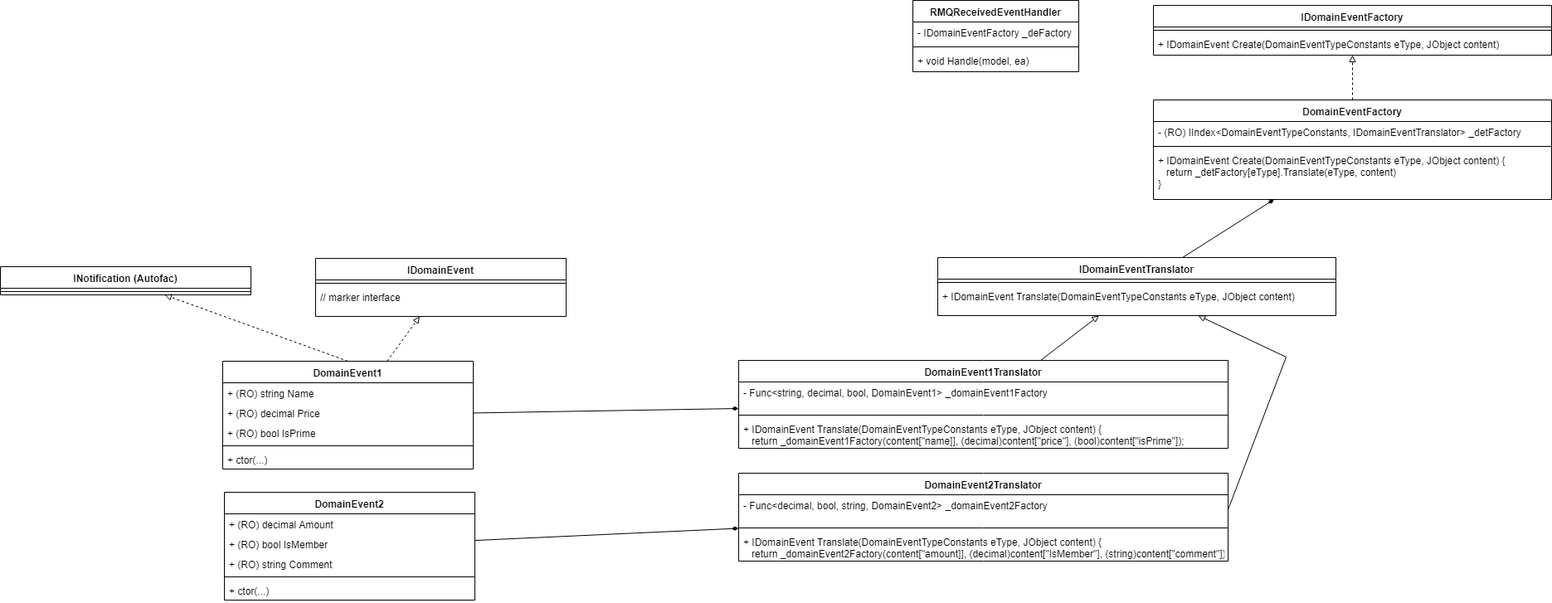
This is AntiCorruptionLayerWithRabbitMQAndEvent.PNG from stsiwo/my_design_patterns, a draw.io export, as it was before one commit. Source tidied: cells renumbered, new cells last; positions are measured from the earlier drawing's top-left corner, leaving out a move shared by most shapes.
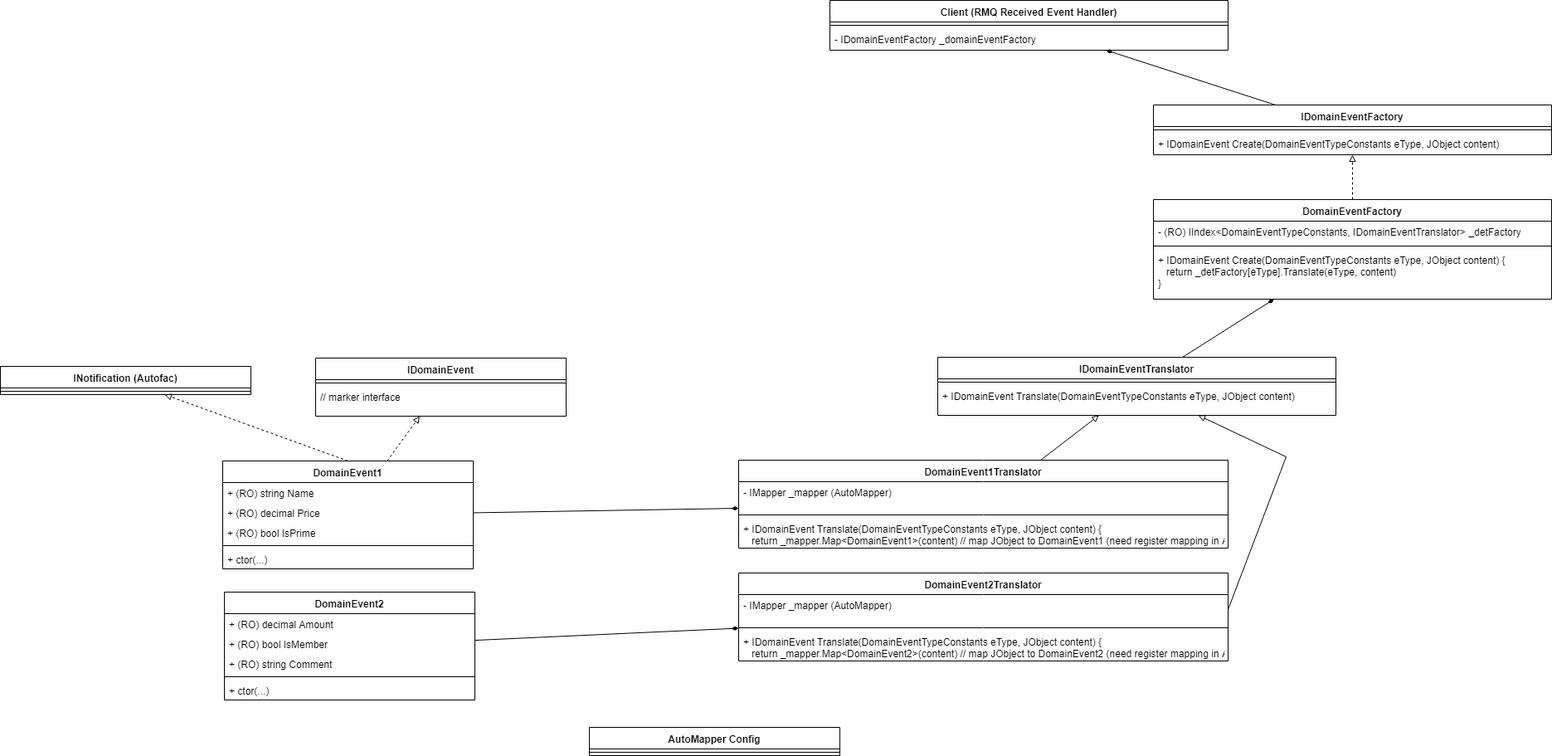
After the change.

The edit, as a diff of the source:
```diff
@@ -2,18 +2,9 @@
   <root>
     <mxCell id="0" />
     <mxCell id="1" parent="0" />
-    <mxCell id="2" value="RMQReceivedEventHandler" style="swimlane;fontStyle=1;align=center;verticalAlign=top;horizontal=1;startSize=26;" parent="1" vertex="1">
-      <mxGeometry x="1100" width="200" height="86" as="geometry" />
-    </mxCell>
-    <mxCell id="3" value="- IDomainEventFactory _deFactory" style="text;strokeColor=none;fillColor=none;align=left;verticalAlign=top;spacingLeft=4;spacingRight=4;overflow=hidden;" parent="2" vertex="1">
-      <mxGeometry y="26" width="200" height="26" as="geometry" />
-    </mxCell>
-    <mxCell id="4" style="line;strokeWidth=1;fillColor=none;align=left;verticalAlign=middle;spacingTop=-1;spacingLeft=3;spacingRight=3;labelPosition=right;" parent="2" vertex="1">
-      <mxGeometry y="52" width="200" height="8" as="geometry" />
-    </mxCell>
-    <mxCell id="5" value="+ void Handle(model, ea) " style="text;strokeColor=none;fillColor=none;align=left;verticalAlign=top;spacingLeft=4;spacingRight=4;overflow=hidden;" parent="2" vertex="1">
-      <mxGeometry y="60" width="200" height="26" as="geometry" />
-    </mxCell>
+    <mxCell id="49" style="edgeStyle=none;rounded=0;jettySize=auto;html=1;endArrow=diamondThin;endFill=1;" parent="1" edge="1" source="6" target="50">
+      <mxGeometry relative="1" as="geometry" />
+    </mxCell>
     <mxCell id="6" value="IDomainEventFactory" style="swimlane;fontStyle=1;align=center;verticalAlign=top;horizontal=1;startSize=26;" parent="1" vertex="1">
       <mxGeometry x="1390" y="6" width="480" height="60" as="geometry" />
     </mxCell>
@@ -23,6 +14,15 @@
     <mxCell id="8" value="+ IDomainEvent Create(DomainEventTypeConstants eType, JObject content)" style="text;strokeColor=none;fillColor=none;align=left;verticalAlign=top;spacingLeft=4;spacingRight=4;overflow=hidden;" parent="6" vertex="1">
       <mxGeometry y="34" width="480" height="26" as="geometry" />
     </mxCell>
+    <mxCell id="50" value="Client (RMQ Received Event Handler)" style="swimlane;fontStyle=1;align=center;verticalAlign=top;horizontal=1;startSize=26;" parent="1" vertex="1">
+      <mxGeometry x="1000" y="-120" width="480" height="60" as="geometry" />
+    </mxCell>
+    <mxCell id="51" style="line;strokeWidth=1;fillColor=none;align=left;verticalAlign=middle;spacingTop=-1;spacingLeft=3;spacingRight=3;labelPosition=right;" parent="50" vertex="1">
+      <mxGeometry y="26" width="480" height="8" as="geometry" />
+    </mxCell>
+    <mxCell id="52" value="- IDomainEventFactory _domainEventFactory" style="text;strokeColor=none;fillColor=none;align=left;verticalAlign=top;spacingLeft=4;spacingRight=4;overflow=hidden;" parent="50" vertex="1">
+      <mxGeometry y="34" width="480" height="26" as="geometry" />
+    </mxCell>
     <mxCell id="9" style="rounded=0;jettySize=auto;html=1;dashed=1;endArrow=block;endFill=0;" parent="1" edge="1" source="10" target="6">
       <mxGeometry relative="1" as="geometry" />
     </mxCell>
@@ -56,13 +56,13 @@
     <mxCell id="19" value="DomainEvent1Translator" style="swimlane;fontStyle=1;align=center;verticalAlign=top;horizontal=1;startSize=26;" parent="1" vertex="1">
       <mxGeometry x="890" y="434" width="590" height="106" as="geometry" />
     </mxCell>
-    <mxCell id="20" value="- Func&lt;string, decimal, bool, DomainEvent1&gt; _domainEvent1Factory" style="text;strokeColor=none;fillColor=none;align=left;verticalAlign=top;spacingLeft=4;spacingRight=4;overflow=hidden;" parent="19" vertex="1">
+    <mxCell id="20" value="- IMapper _mapper (AutoMapper)" style="text;strokeColor=none;fillColor=none;align=left;verticalAlign=top;spacingLeft=4;spacingRight=4;overflow=hidden;" parent="19" vertex="1">
       <mxGeometry y="26" width="590" height="36" as="geometry" />
     </mxCell>
     <mxCell id="21" style="line;strokeWidth=1;fillColor=none;align=left;verticalAlign=middle;spacingTop=-1;spacingLeft=3;spacingRight=3;labelPosition=right;" parent="19" vertex="1">
       <mxGeometry y="62" width="590" height="8" as="geometry" />
     </mxCell>
-    <mxCell id="22" value="+ IDomainEvent Translate(DomainEventTypeConstants eType, JObject content) {&#10;   return _domainEvent1Factory(content[&quot;name]], (decimal)content[&quot;price&quot;], (bool)content[&quot;isPrime&quot;]);" style="text;strokeColor=none;fillColor=none;align=left;verticalAlign=top;spacingLeft=4;spacingRight=4;overflow=hidden;" parent="19" vertex="1">
+    <mxCell id="22" value="+ IDomainEvent Translate(DomainEventTypeConstants eType, JObject content) {&#10;   return _mapper.Map&lt;DomainEvent1&gt;(content) // map JObject to DomainEvent1 (need register mapping in AutoMapper)" style="text;strokeColor=none;fillColor=none;align=left;verticalAlign=top;spacingLeft=4;spacingRight=4;overflow=hidden;" parent="19" vertex="1">
       <mxGeometry y="70" width="590" height="36" as="geometry" />
     </mxCell>
     <mxCell id="23" style="edgeStyle=none;rounded=0;jettySize=auto;html=1;endArrow=block;endFill=0;exitX=1;exitY=0.5;exitDx=0;exitDy=0;" parent="1" edge="1" source="25" target="15">
@@ -75,13 +75,13 @@
     <mxCell id="24" value="DomainEvent2Translator" style="swimlane;fontStyle=1;align=center;verticalAlign=top;horizontal=1;startSize=26;" parent="1" vertex="1">
       <mxGeometry x="890" y="570" width="590" height="106" as="geometry" />
     </mxCell>
-    <mxCell id="25" value="- Func&lt;decimal, bool, string, DomainEvent2&gt; _domainEvent2Factory" style="text;strokeColor=none;fillColor=none;align=left;verticalAlign=top;spacingLeft=4;spacingRight=4;overflow=hidden;points=[[0,0.5],[1,0.5]];portConstraint=eastwest;" parent="24" vertex="1">
+    <mxCell id="25" value="- IMapper _mapper (AutoMapper)" style="text;strokeColor=none;fillColor=none;align=left;verticalAlign=top;spacingLeft=4;spacingRight=4;overflow=hidden;points=[[0,0.5],[1,0.5]];portConstraint=eastwest;" parent="24" vertex="1">
       <mxGeometry y="26" width="590" height="36" as="geometry" />
     </mxCell>
     <mxCell id="26" style="line;strokeWidth=1;fillColor=none;align=left;verticalAlign=middle;spacingTop=-1;spacingLeft=3;spacingRight=3;labelPosition=right;" parent="24" vertex="1">
       <mxGeometry y="62" width="590" height="8" as="geometry" />
     </mxCell>
-    <mxCell id="27" value="+ IDomainEvent Translate(DomainEventTypeConstants eType, JObject content) {&#10;   return _domainEvent2Factory(content[&quot;amount]], (decimal)content[&quot;IsMember&quot;], (string)content[&quot;comment&quot;]);" style="text;strokeColor=none;fillColor=none;align=left;verticalAlign=top;spacingLeft=4;spacingRight=4;overflow=hidden;" parent="24" vertex="1">
+    <mxCell id="27" value="+ IDomainEvent Translate(DomainEventTypeConstants eType, JObject content) {&#10;   return _mapper.Map&lt;DomainEvent2&gt;(content) // map JObject to DomainEvent2 (need register mapping in AutoMapper)&#10;" style="text;strokeColor=none;fillColor=none;align=left;verticalAlign=top;spacingLeft=4;spacingRight=4;overflow=hidden;" parent="24" vertex="1">
       <mxGeometry y="70" width="590" height="36" as="geometry" />
     </mxCell>
     <mxCell id="28" style="edgeStyle=none;rounded=0;jettySize=auto;html=1;endArrow=block;endFill=0;dashed=1;" parent="1" edge="1" source="31" target="37">
@@ -147,5 +147,14 @@
     <mxCell id="48" value="+ ctor(...)" style="text;strokeColor=none;fillColor=none;align=left;verticalAlign=top;spacingLeft=4;spacingRight=4;overflow=hidden;" parent="43" vertex="1">
       <mxGeometry y="106" width="302" height="24" as="geometry" />
     </mxCell>
+    <mxCell id="53" value="&amp;nbsp; &amp;nbsp;&amp;nbsp;" style="text;html=1;align=left;verticalAlign=top;spacingTop=-4;" parent="1" vertex="1">
+      <mxGeometry x="331" y="322" width="30" height="20" as="geometry" />
+    </mxCell>
+    <mxCell id="54" value="AutoMapper Config" style="swimlane;fontStyle=1;align=center;verticalAlign=top;horizontal=1;startSize=26;" parent="1" vertex="1">
+      <mxGeometry x="710" y="756" width="302" height="34" as="geometry" />
+    </mxCell>
+    <mxCell id="55" style="line;strokeWidth=1;fillColor=none;align=left;verticalAlign=middle;spacingTop=-1;spacingLeft=3;spacingRight=3;labelPosition=right;" parent="54" vertex="1">
+      <mxGeometry y="26" width="302" height="8" as="geometry" />
+    </mxCell>
   </root>
 </mxGraphModel>
```
